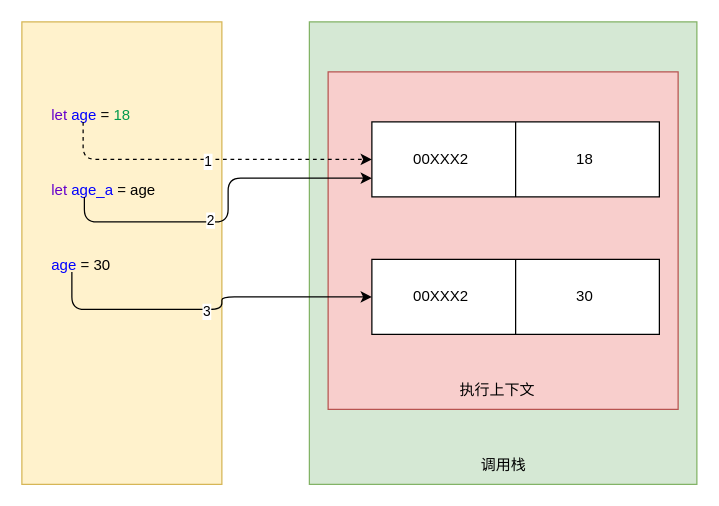
This is javascript/原始值.drawio from wbbhacker/drawFile, a draw.io file, before an edit. Source tidied: cells renumbered, new cells numbered last; positions are measured from the earlier drawing's top-left corner, leaving out a move shared by most shapes. Both pictures are drawn from the tidied source at 125%, with x=0, y=0 at pixel (21, 21).
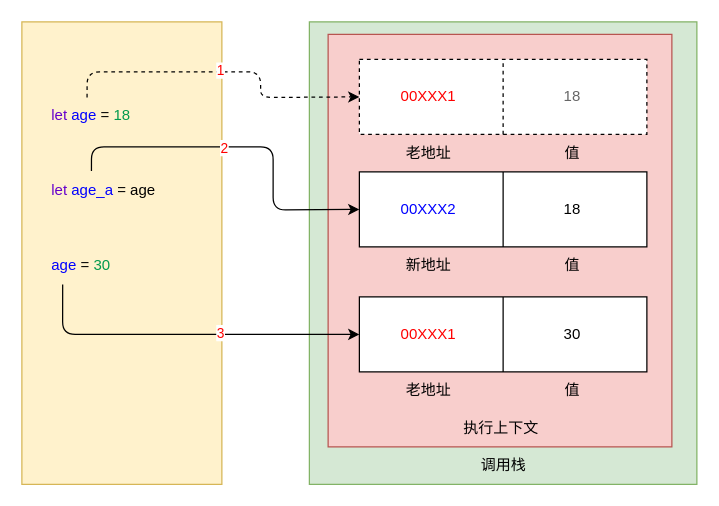
The same diagram, later.

Commit message:
更新原始值.drawio

Unchanged cells that the change refers to:
```xml
<mxCell id="3" value="&lt;font color=&quot;#6600cc&quot;&gt;let &lt;/font&gt;&lt;font color=&quot;#0000ff&quot;&gt;age&lt;/font&gt; = &lt;font color=&quot;#00994d&quot;&gt;18&lt;/font&gt;" style="text;html=1;align=left;verticalAlign=middle;points=[];strokeColor=none;fillColor=none;" parent="1" vertex="1">
  <mxGeometry x="22" y="60" width="90" height="30" as="geometry" />
</mxCell>
<mxCell id="4" value="&lt;font color=&quot;#6600cc&quot;&gt;let &lt;/font&gt;&lt;font color=&quot;#0000ff&quot;&gt;age_a&lt;/font&gt; = age" style="text;html=1;align=left;verticalAlign=middle;points=[];strokeColor=none;fillColor=none;" parent="1" vertex="1">
  <mxGeometry x="22" y="120" width="110" height="30" as="geometry" />
</mxCell>
```

The edit, as a diff of the source:
```diff
@@
-    <mxCell id="5" value="&lt;font color=&quot;#0000ff&quot;&gt;age&lt;/font&gt;&amp;nbsp;= 30" style="text;html=1;align=left;verticalAlign=middle;points=[];strokeColor=none;fillColor=none;" parent="1" vertex="1">
+    <mxCell id="5" value="&lt;font color=&quot;#0000ff&quot;&gt;age&lt;/font&gt;&amp;nbsp;= &lt;font color=&quot;#00994d&quot;&gt;30&lt;/font&gt;" style="text;html=1;align=left;verticalAlign=middle;points=[];strokeColor=none;fillColor=none;" parent="1" vertex="1">
       <mxGeometry x="22" y="180" width="70" height="30" as="geometry" />
     </mxCell>
@@
     <mxCell id="8" style="whiteSpace=wrap;html=1;fillColor=#f8cecc;strokeColor=#b85450;" parent="1" vertex="1">
-      <mxGeometry x="245" y="40" width="280" height="270" as="geometry" />
+      <mxGeometry x="245" y="10" width="275" height="330" as="geometry" />
     </mxCell>
     <mxCell id="9" value="执行上下文" style="text;html=1;align=center;verticalAlign=middle;strokeColor=none;fillColor=none;fontColor=#000000;" parent="1" vertex="1">
-      <mxGeometry x="340" y="280" width="80" height="30" as="geometry" />
+      <mxGeometry x="342.5" y="310" width="80" height="30" as="geometry" />
     </mxCell>
+    <mxCell id="24" style="group;dashed=1;" parent="1" vertex="1">
+      <mxGeometry x="270" y="30" width="230" height="90" as="geometry" />
+    </mxCell>
-    <mxCell id="10" style="rounded=0;whiteSpace=wrap;html=1;fontColor=#000000;" parent="1" vertex="1">
-      <mxGeometry x="280" y="80" width="230" height="60" as="geometry" />
+    <mxCell id="10" style="rounded=0;whiteSpace=wrap;html=1;fontColor=#000000;dashed=1;" parent="24" vertex="1">
+      <mxGeometry width="230" height="60" as="geometry" />
     </mxCell>
-    <mxCell id="11" style="endArrow=none;html=1;rounded=0;fontColor=#000000;entryX=0.5;entryY=0;entryDx=0;entryDy=0;exitX=0.5;exitY=1;exitDx=0;exitDy=0;" parent="1" edge="1" source="10" target="10">
-      <mxGeometry relative="1" as="geometry" />
-    </mxCell>
-    <mxCell id="12" value="00XXX2&lt;br&gt;" style="text;html=1;align=center;verticalAlign=middle;strokeColor=none;fillColor=none;fontColor=#000000;" parent="1" vertex="1">
-      <mxGeometry x="300" y="95" width="70" height="30" as="geometry" />
+    <mxCell id="12" value="&lt;font color=&quot;#ff0000&quot;&gt;00XXX1&lt;/font&gt;" style="text;html=1;align=center;verticalAlign=middle;strokeColor=none;fillColor=none;fontColor=#000000;" parent="24" vertex="1">
+      <mxGeometry x="20" y="15" width="70" height="30" as="geometry" />
     </mxCell>
-    <mxCell id="13" value="18" style="text;html=1;align=center;verticalAlign=middle;strokeColor=none;fillColor=none;fontColor=#000000;" parent="1" vertex="1">
-      <mxGeometry x="430" y="95" width="40" height="30" as="geometry" />
+    <mxCell id="13" value="&lt;font color=&quot;#666666&quot;&gt;18&lt;/font&gt;" style="text;html=1;align=center;verticalAlign=middle;strokeColor=none;fillColor=none;fontColor=#000000;" parent="24" vertex="1">
+      <mxGeometry x="150" y="15" width="40" height="30" as="geometry" />
     </mxCell>
+    <mxCell id="25" value="老地址" style="text;html=1;align=center;verticalAlign=middle;strokeColor=none;fillColor=none;" parent="24" vertex="1">
+      <mxGeometry x="25" y="60" width="60" height="30" as="geometry" />
+    </mxCell>
+    <mxCell id="26" value="值" style="text;html=1;align=center;verticalAlign=middle;strokeColor=none;fillColor=none;" parent="24" vertex="1">
+      <mxGeometry x="150" y="60" width="40" height="30" as="geometry" />
+    </mxCell>
+    <mxCell id="11" style="endArrow=none;html=1;rounded=0;fontColor=#000000;entryX=0.5;entryY=0;entryDx=0;entryDy=0;exitX=0.5;exitY=1;exitDx=0;exitDy=0;dashed=1;" parent="24" edge="1" source="10" target="10">
+      <mxGeometry relative="1" as="geometry" />
+    </mxCell>
+    <mxCell id="27" style="group;" parent="1" vertex="1">
+      <mxGeometry x="270" y="120" width="230" height="90" as="geometry" />
+    </mxCell>
-    <mxCell id="14" style="rounded=0;whiteSpace=wrap;html=1;fontColor=#000000;" parent="1" vertex="1">
-      <mxGeometry x="280" y="190" width="230" height="60" as="geometry" />
+    <mxCell id="14" style="rounded=0;whiteSpace=wrap;html=1;fontColor=#000000;" parent="27" vertex="1">
+      <mxGeometry width="230" height="60" as="geometry" />
     </mxCell>
-    <mxCell id="15" style="endArrow=none;html=1;rounded=0;fontColor=#000000;entryX=0.5;entryY=0;entryDx=0;entryDy=0;exitX=0.5;exitY=1;exitDx=0;exitDy=0;" parent="1" edge="1" source="14" target="14">
-      <mxGeometry relative="1" as="geometry" />
-    </mxCell>
-    <mxCell id="16" value="00XXX2&lt;br&gt;" style="text;html=1;align=center;verticalAlign=middle;strokeColor=none;fillColor=none;fontColor=#000000;" parent="1" vertex="1">
-      <mxGeometry x="300" y="205" width="70" height="30" as="geometry" />
+    <mxCell id="16" value="&lt;font color=&quot;#0000ff&quot;&gt;00XXX2&lt;/font&gt;" style="text;html=1;align=center;verticalAlign=middle;strokeColor=none;fillColor=none;fontColor=#000000;" parent="27" vertex="1">
+      <mxGeometry x="20" y="15" width="70" height="30" as="geometry" />
     </mxCell>
-    <mxCell id="17" value="30" style="text;html=1;align=center;verticalAlign=middle;strokeColor=none;fillColor=none;fontColor=#000000;" parent="1" vertex="1">
-      <mxGeometry x="430" y="205" width="40" height="30" as="geometry" />
+    <mxCell id="17" value="18" style="text;html=1;align=center;verticalAlign=middle;strokeColor=none;fillColor=none;fontColor=#000000;" parent="27" vertex="1">
+      <mxGeometry x="150" y="15" width="40" height="30" as="geometry" />
     </mxCell>
-    <mxCell id="18" style="edgeStyle=orthogonalEdgeStyle;jettySize=auto;html=1;entryX=0;entryY=0.5;entryDx=0;entryDy=0;fontColor=#000000;rounded=1;dashed=1;" parent="1" edge="1" target="10">
-      <mxGeometry relative="1" as="geometry">
-        <mxPoint x="49" y="80" as="sourcePoint" />
-        <Array as="points">
-          <mxPoint x="49" y="110" />
-        </Array>
-      </mxGeometry>
-    </mxCell>
+    <mxCell id="28" value="新地址" style="text;html=1;align=center;verticalAlign=middle;strokeColor=none;fillColor=none;" parent="27" vertex="1">
+      <mxGeometry x="25" y="60" width="60" height="30" as="geometry" />
+    </mxCell>
+    <mxCell id="29" value="值" style="text;html=1;align=center;verticalAlign=middle;strokeColor=none;fillColor=none;" parent="27" vertex="1">
+      <mxGeometry x="150" y="60" width="40" height="30" as="geometry" />
+    </mxCell>
+    <mxCell id="15" style="endArrow=none;html=1;rounded=0;fontColor=#000000;entryX=0.5;entryY=0;entryDx=0;entryDy=0;exitX=0.5;exitY=1;exitDx=0;exitDy=0;" parent="27" edge="1" source="14" target="14">
+      <mxGeometry relative="1" as="geometry" />
+    </mxCell>
+    <mxCell id="30" style="group;" parent="1" vertex="1">
+      <mxGeometry x="270" y="220" width="230" height="90" as="geometry" />
+    </mxCell>
+    <mxCell id="31" style="rounded=0;whiteSpace=wrap;html=1;fontColor=#000000;" parent="30" vertex="1">
+      <mxGeometry width="230" height="60" as="geometry" />
+    </mxCell>
+    <mxCell id="32" value="&lt;font color=&quot;#ff0000&quot;&gt;00XXX1&lt;/font&gt;" style="text;html=1;align=center;verticalAlign=middle;strokeColor=none;fillColor=none;fontColor=#000000;" parent="30" vertex="1">
+      <mxGeometry x="20" y="15" width="70" height="30" as="geometry" />
+    </mxCell>
+    <mxCell id="33" value="30" style="text;html=1;align=center;verticalAlign=middle;strokeColor=none;fillColor=none;fontColor=#000000;" parent="30" vertex="1">
+      <mxGeometry x="150" y="15" width="40" height="30" as="geometry" />
+    </mxCell>
+    <mxCell id="34" value="老地址" style="text;html=1;align=center;verticalAlign=middle;strokeColor=none;fillColor=none;" parent="30" vertex="1">
+      <mxGeometry x="25" y="60" width="60" height="30" as="geometry" />
+    </mxCell>
+    <mxCell id="35" value="值" style="text;html=1;align=center;verticalAlign=middle;strokeColor=none;fillColor=none;" parent="30" vertex="1">
+      <mxGeometry x="150" y="60" width="40" height="30" as="geometry" />
+    </mxCell>
+    <mxCell id="36" style="endArrow=none;html=1;rounded=0;fontColor=#000000;entryX=0.5;entryY=0;entryDx=0;entryDy=0;exitX=0.5;exitY=1;exitDx=0;exitDy=0;" parent="30" edge="1" source="31" target="31">
+      <mxGeometry relative="1" as="geometry" />
+    </mxCell>
+    <mxCell id="37" style="edgeStyle=orthogonalEdgeStyle;rounded=1;jettySize=auto;html=1;exitX=0.306;exitY=-0.025;exitDx=0;exitDy=0;exitPerimeter=0;" parent="1" edge="1" source="4">
+      <mxGeometry relative="1" as="geometry">
+        <mxPoint x="270" y="150" as="targetPoint" />
+      </mxGeometry>
+    </mxCell>
+    <mxCell id="21" value="&lt;font color=&quot;#ff0000&quot;&gt;2&lt;/font&gt;" style="edgeLabel;html=1;align=center;verticalAlign=middle;fontColor=#00994D;" parent="37" vertex="1">
+      <mxGeometry x="-0.12" relative="1" as="geometry" />
+    </mxCell>
+    <mxCell id="38" style="edgeStyle=orthogonalEdgeStyle;rounded=1;jettySize=auto;html=1;exitX=0.335;exitY=0.017;exitDx=0;exitDy=0;exitPerimeter=0;dashed=1;" parent="1" edge="1" source="3">
+      <mxGeometry relative="1" as="geometry">
+        <mxPoint x="270" y="60" as="targetPoint" />
+      </mxGeometry>
+    </mxCell>
-    <mxCell id="19" value="1" style="edgeLabel;html=1;align=center;verticalAlign=middle;fontColor=#000000;" parent="18" vertex="1">
-      <mxGeometry x="-0.01" y="-1" relative="1" as="geometry" />
+    <mxCell id="19" value="&lt;font color=&quot;#ff0000&quot;&gt;1&lt;/font&gt;" style="edgeLabel;html=1;align=center;verticalAlign=middle;fontColor=#00994D;" parent="38" vertex="1">
+      <mxGeometry x="-0.02" y="2" relative="1" as="geometry" />
     </mxCell>
-    <mxCell id="20" style="edgeStyle=orthogonalEdgeStyle;jettySize=auto;html=1;entryX=0;entryY=0.75;entryDx=0;entryDy=0;fontColor=#000000;rounded=1;" parent="1" edge="1" target="10">
-      <mxGeometry relative="1" as="geometry">
-        <mxPoint x="50" y="140" as="sourcePoint" />
-        <Array as="points">
-          <mxPoint x="50" y="160" />
-          <mxPoint x="165" y="160" />
-          <mxPoint x="165" y="125" />
-        </Array>
-      </mxGeometry>
-    </mxCell>
-    <mxCell id="21" value="2" style="edgeLabel;html=1;align=center;verticalAlign=middle;fontColor=#000000;" parent="20" vertex="1">
-      <mxGeometry x="-0.16" y="2" relative="1" as="geometry" />
-    </mxCell>
-    <mxCell id="22" style="edgeStyle=orthogonalEdgeStyle;rounded=1;jettySize=auto;html=1;entryX=0;entryY=0.5;entryDx=0;entryDy=0;fontColor=#000000;" parent="1" edge="1" target="14">
-      <mxGeometry relative="1" as="geometry">
-        <mxPoint x="40" y="200" as="sourcePoint" />
-        <Array as="points">
-          <mxPoint x="40" y="230" />
-          <mxPoint x="160" y="230" />
-          <mxPoint x="160" y="220" />
-        </Array>
-      </mxGeometry>
-    </mxCell>
+    <mxCell id="39" style="edgeStyle=orthogonalEdgeStyle;rounded=1;jettySize=auto;html=1;entryX=0;entryY=0.5;entryDx=0;entryDy=0;exitX=0.152;exitY=1.005;exitDx=0;exitDy=0;exitPerimeter=0;" parent="1" edge="1" source="5" target="31">
+      <mxGeometry relative="1" as="geometry" />
+    </mxCell>
-    <mxCell id="23" value="3" style="edgeLabel;html=1;align=center;verticalAlign=middle;fontColor=#000000;" parent="22" vertex="1">
-      <mxGeometry x="-0.02" y="-1" relative="1" as="geometry" />
+    <mxCell id="23" value="&lt;font color=&quot;#ff0000&quot;&gt;3&lt;/font&gt;" style="edgeLabel;html=1;align=center;verticalAlign=middle;fontColor=#00994D;" parent="39" vertex="1">
+      <mxGeometry x="0.2" y="2" relative="1" as="geometry" />
     </mxCell>
```
